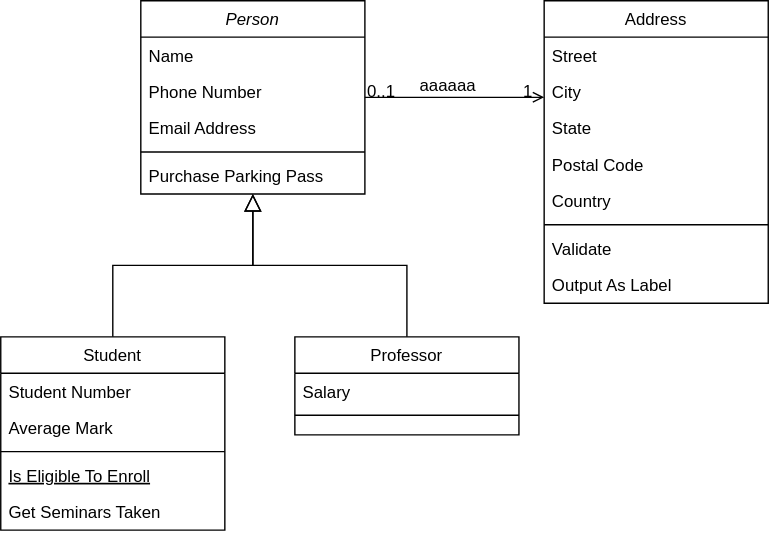
lizhihome/NX keeps this draw.io diagram as test.drawio.svg. Above is the earlier version. Source tidied: cells renumbered, new cells last; positions are measured from the earlier drawing's top-left corner, leaving out a move shared by most shapes.
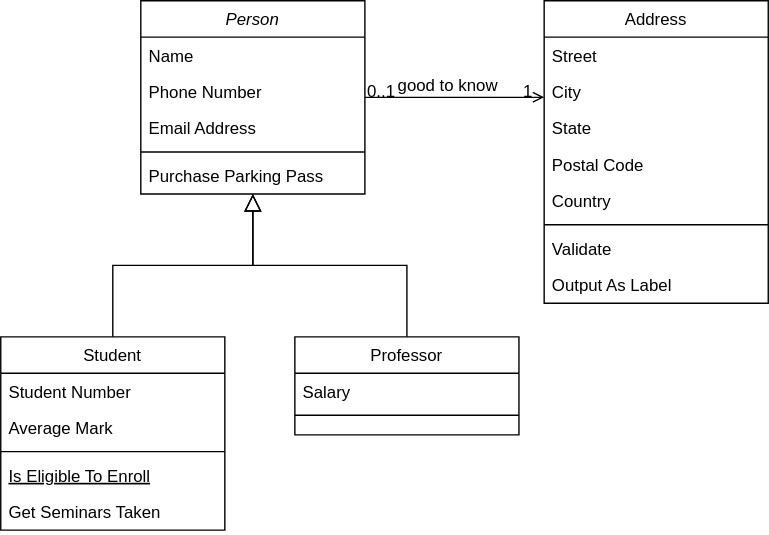
After the change.

Diff of the diagram source:
```diff
@@ -95,7 +95,7 @@
         <mxPoint x="-7" y="4" as="offset" />
       </mxGeometry>
     </mxCell>
-    <mxCell id="31" value="aaaaaa" style="text;html=1;align=center;verticalAlign=middle;labelBackgroundColor=none;rounded=0;shadow=0;strokeWidth=1;fontSize=12;" parent="28" vertex="1">
+    <mxCell id="31" value="good to know" style="text;html=1;align=center;verticalAlign=middle;labelBackgroundColor=none;rounded=0;shadow=0;strokeWidth=1;fontSize=12;" parent="28" vertex="1">
       <mxGeometry x="0.5" y="49" relative="1" as="geometry">
         <mxPoint x="-38" y="40" as="offset" />
       </mxGeometry>
```
